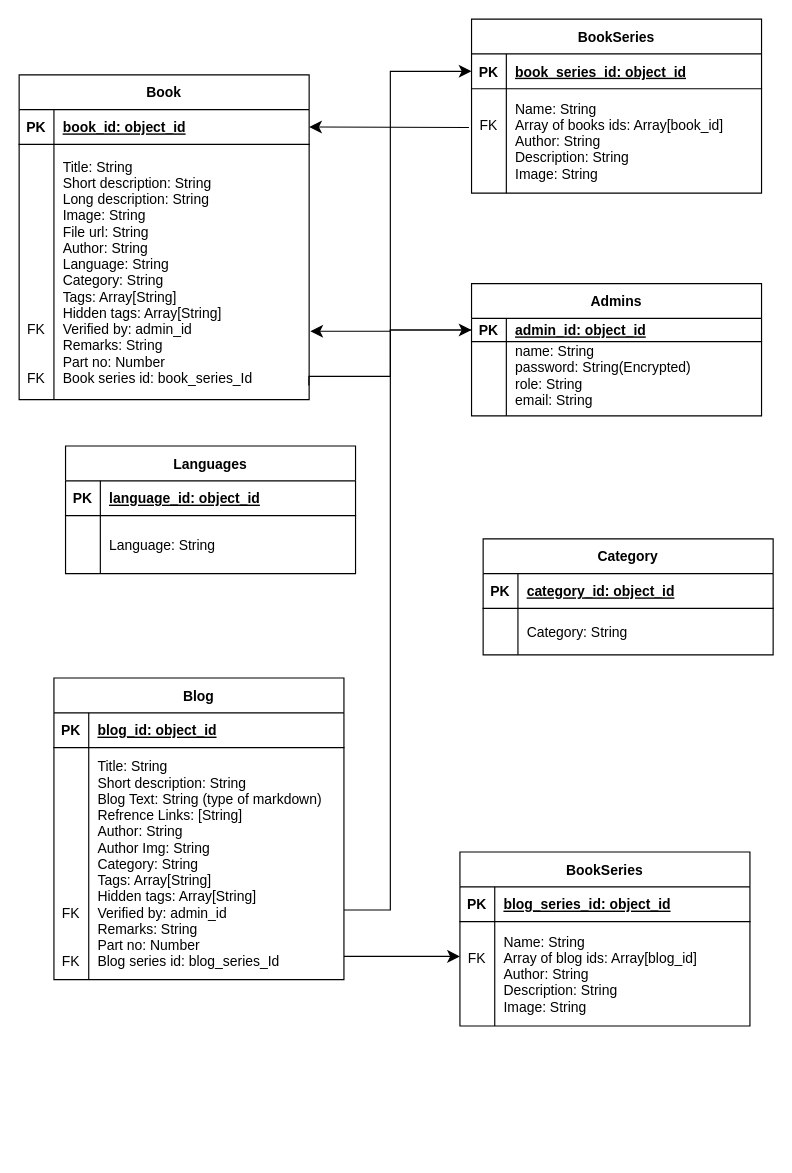
The draw.io diagram Untitled Diagram.drawio in saksham-jain1/AnalogClock.github.io, before the edit. Source tidied: cells renumbered, new cells numbered last; positions are measured from the earlier drawing's top-left corner, leaving out a move shared by most shapes. Both pictures are drawn from the tidied source at 116%, with x=0, y=0 at pixel (19, 19).
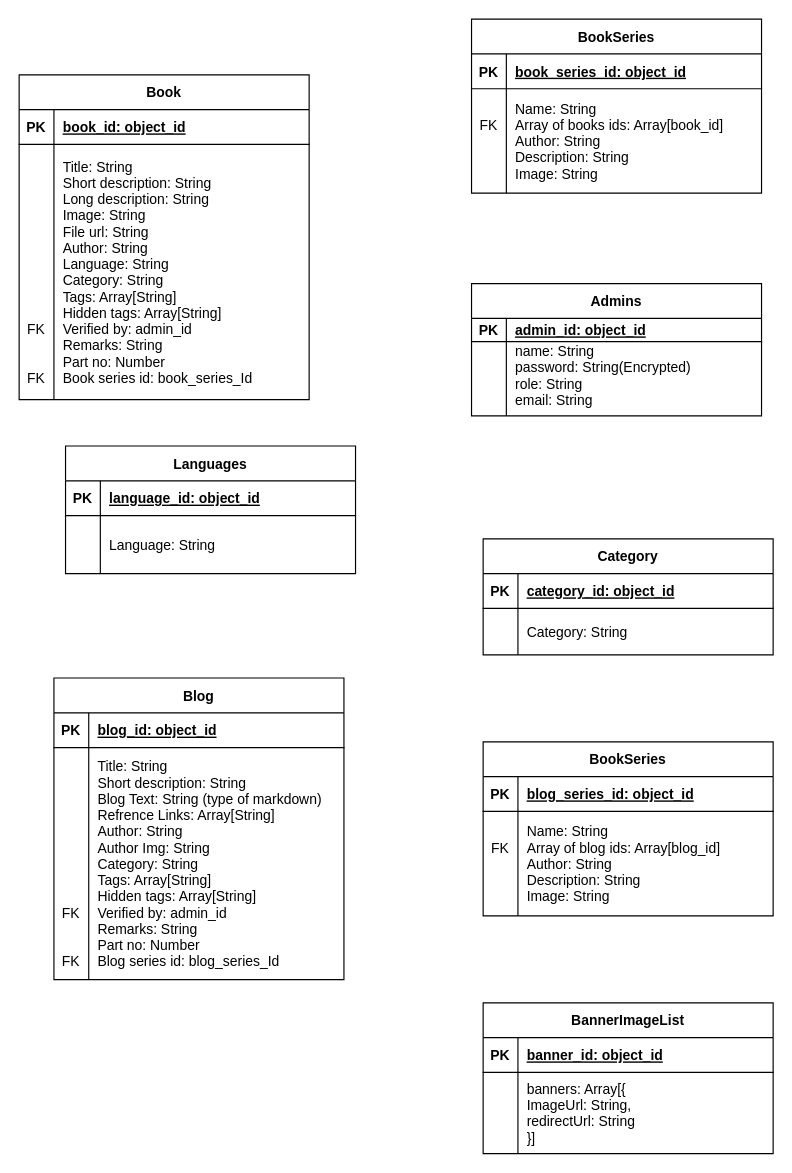
The same page after the edit.

Unchanged cells that the change refers to:
```xml
<mxCell id="3" style="shape=partialRectangle;fillColor=none;points=[[0,0.5],[1,0.5]];portConstraint=eastwest;top=0;left=0;right=0;bottom=1;" parent="2" vertex="1">
  <mxGeometry y="30" width="250" height="20" as="geometry" />
</mxCell>
<mxCell id="10" style="shape=partialRectangle;fillColor=none;points=[[0,0.5],[1,0.5]];portConstraint=eastwest;top=0;left=0;right=0;bottom=1;" parent="9" vertex="1">
  <mxGeometry y="30" width="250" height="30" as="geometry" />
</mxCell>
<mxCell id="13" style="shape=partialRectangle;fillColor=none;points=[[0,0.5],[1,0.5]];portConstraint=eastwest;top=0;left=0;right=0;bottom=0;" parent="9" vertex="1">
  <mxGeometry y="60" width="250" height="220" as="geometry" />
</mxCell>
<mxCell id="37" style="shape=partialRectangle;fillColor=none;points=[[0,0.5],[1,0.5]];portConstraint=eastwest;top=0;left=0;right=0;bottom=0;" parent="33" vertex="1">
  <mxGeometry y="60" width="250" height="200" as="geometry" />
</mxCell>
<mxCell id="41" style="shape=partialRectangle;fillColor=none;points=[[0,0.5],[1,0.5]];portConstraint=eastwest;top=0;left=0;right=0;bottom=1;" parent="40" vertex="1">
  <mxGeometry y="30" width="250" height="30" as="geometry" />
</mxCell>
<mxCell id="44" style="shape=partialRectangle;fillColor=none;points=[[0,0.5],[1,0.5]];portConstraint=eastwest;top=0;left=0;right=0;bottom=0;" parent="40" vertex="1">
  <mxGeometry y="60" width="250" height="90" as="geometry" />
</mxCell>
<mxCell id="51" style="shape=partialRectangle;fillColor=none;points=[[0,0.5],[1,0.5]];portConstraint=eastwest;top=0;left=0;right=0;bottom=0;" parent="47" vertex="1">
  <mxGeometry y="60" width="250" height="90" as="geometry" />
</mxCell>
```

Diff of the diagram source:
```diff
@@
-    <mxCell id="16" style="endArrow=classic;html=1;rounded=0;fontSize=12;startSize=8;endSize=8;exitX=0.999;exitY=0.945;exitDx=0;exitDy=0;exitPerimeter=0;entryX=0;entryY=0.5;entryDx=0;entryDy=0;edgeStyle=orthogonalEdgeStyle;" parent="1" edge="1" source="13" target="41">
-      <mxGeometry relative="1" as="geometry">
-        <Array as="points">
-          <mxPoint x="250" y="308" />
-          <mxPoint x="320" y="308" />
-          <mxPoint x="320" y="45" />
-        </Array>
-      </mxGeometry>
-    </mxCell>
-    <mxCell id="17" style="endArrow=classic;html=1;rounded=0;fontSize=12;startSize=8;endSize=8;curved=1;exitX=-0.009;exitY=0.371;exitDx=0;exitDy=0;exitPerimeter=0;entryX=1;entryY=0.5;entryDx=0;entryDy=0;" parent="1" edge="1" source="44" target="10">
-      <mxGeometry relative="1" as="geometry" />
-    </mxCell>
-    <mxCell id="18" style="endArrow=classic;html=1;rounded=0;fontSize=12;startSize=8;endSize=8;exitX=0;exitY=0.5;exitDx=0;exitDy=0;entryX=1.004;entryY=0.732;entryDx=0;entryDy=0;entryPerimeter=0;edgeStyle=orthogonalEdgeStyle;" parent="1" edge="1" source="3" target="13">
-      <mxGeometry relative="1" as="geometry" />
-    </mxCell>
@@
-    <mxCell id="39" value="Title: String&#10;Short description: String&#10;Blog Text: String (type of markdown)&#10;Refrence Links: [String]&#10;Author: String&#10;Author Img: String&#10;Category: String&#10;Tags: Array[String]&#10;Hidden tags: Array[String]&#10;Verified by: admin_id &#10;Remarks: String&#10;Part no: Number&#10;Blog series id: blog_series_Id" style="shape=partialRectangle;overflow=hidden;fillColor=none;top=0;left=0;bottom=0;right=0;align=left;spacingLeft=6;" parent="37" vertex="1">
+    <mxCell id="39" value="Title: String&#10;Short description: String&#10;Blog Text: String (type of markdown)&#10;Refrence Links: Array[String]&#10;Author: String&#10;Author Img: String&#10;Category: String&#10;Tags: Array[String]&#10;Hidden tags: Array[String]&#10;Verified by: admin_id &#10;Remarks: String&#10;Part no: Number&#10;Blog series id: blog_series_Id" style="shape=partialRectangle;overflow=hidden;fillColor=none;top=0;left=0;bottom=0;right=0;align=left;spacingLeft=6;" parent="37" vertex="1">
       <mxGeometry x="30" width="220" height="200" as="geometry" />
     </mxCell>
@@
     <mxCell id="47" value="BookSeries" style="shape=table;startSize=30;childLayout=tableLayout;rowLines=0;fontStyle=1;align=center;" parent="1" vertex="1">
-      <mxGeometry x="380" y="718" width="250" height="150" as="geometry" />
+      <mxGeometry x="400" y="623" width="250" height="150" as="geometry" />
     </mxCell>
@@
-    <mxCell id="54" style="jettySize=auto;html=1;rounded=0;fontSize=12;startSize=8;endSize=8;entryX=0;entryY=0.333;entryDx=0;entryDy=0;entryPerimeter=0;exitX=1;exitY=0.9;exitDx=0;exitDy=0;exitPerimeter=0;edgeStyle=orthogonalEdgeStyle;" parent="1" edge="1" source="37" target="51">
-      <mxGeometry relative="1" as="geometry" />
-    </mxCell>
-    <mxCell id="55" style="edgeStyle=orthogonalEdgeStyle;jettySize=auto;html=1;rounded=0;fontSize=12;startSize=8;endSize=8;" parent="1" edge="1" source="37">
-      <mxGeometry relative="1" as="geometry">
-        <mxPoint x="390" y="268" as="targetPoint" />
-        <Array as="points">
-          <mxPoint x="320" y="768" />
-          <mxPoint x="320" y="268" />
-        </Array>
-      </mxGeometry>
-    </mxCell>
+    <mxCell id="56" value="BannerImageList" style="shape=table;startSize=30;childLayout=tableLayout;rowLines=0;fontStyle=1;align=center;" parent="1" vertex="1">
+      <mxGeometry x="400" y="848" width="250" height="130" as="geometry" />
+    </mxCell>
+    <mxCell id="57" style="shape=partialRectangle;fillColor=none;top=0;left=0;right=0;bottom=1;" parent="56" vertex="1">
+      <mxGeometry y="30" width="250" height="30" as="geometry" />
+    </mxCell>
+    <mxCell id="58" value="PK" style="shape=partialRectangle;overflow=hidden;fillColor=none;top=0;left=0;bottom=0;right=0;fontStyle=1;" parent="57" vertex="1">
+      <mxGeometry width="30" height="30" as="geometry" />
+    </mxCell>
+    <mxCell id="59" value="banner_id: object_id" style="shape=partialRectangle;overflow=hidden;fillColor=none;top=0;left=0;bottom=0;right=0;align=left;spacingLeft=6;fontStyle=5;" parent="57" vertex="1">
+      <mxGeometry x="30" width="220" height="30" as="geometry" />
+    </mxCell>
+    <mxCell id="60" style="shape=partialRectangle;fillColor=none;top=0;left=0;right=0;bottom=0;" parent="56" vertex="1">
+      <mxGeometry y="60" width="250" height="70" as="geometry" />
+    </mxCell>
+    <mxCell id="61" style="shape=partialRectangle;overflow=hidden;fillColor=none;top=0;left=0;bottom=0;right=0;" parent="60" vertex="1">
+      <mxGeometry width="30" height="70" as="geometry" />
+    </mxCell>
+    <mxCell id="62" value="banners: Array[{&#10;ImageUrl: String,&#10;redirectUrl: String&#10;}]" style="shape=partialRectangle;overflow=hidden;fillColor=none;top=0;left=0;bottom=0;right=0;align=left;spacingLeft=6;" parent="60" vertex="1">
+      <mxGeometry x="30" width="220" height="70" as="geometry" />
+    </mxCell>
```
